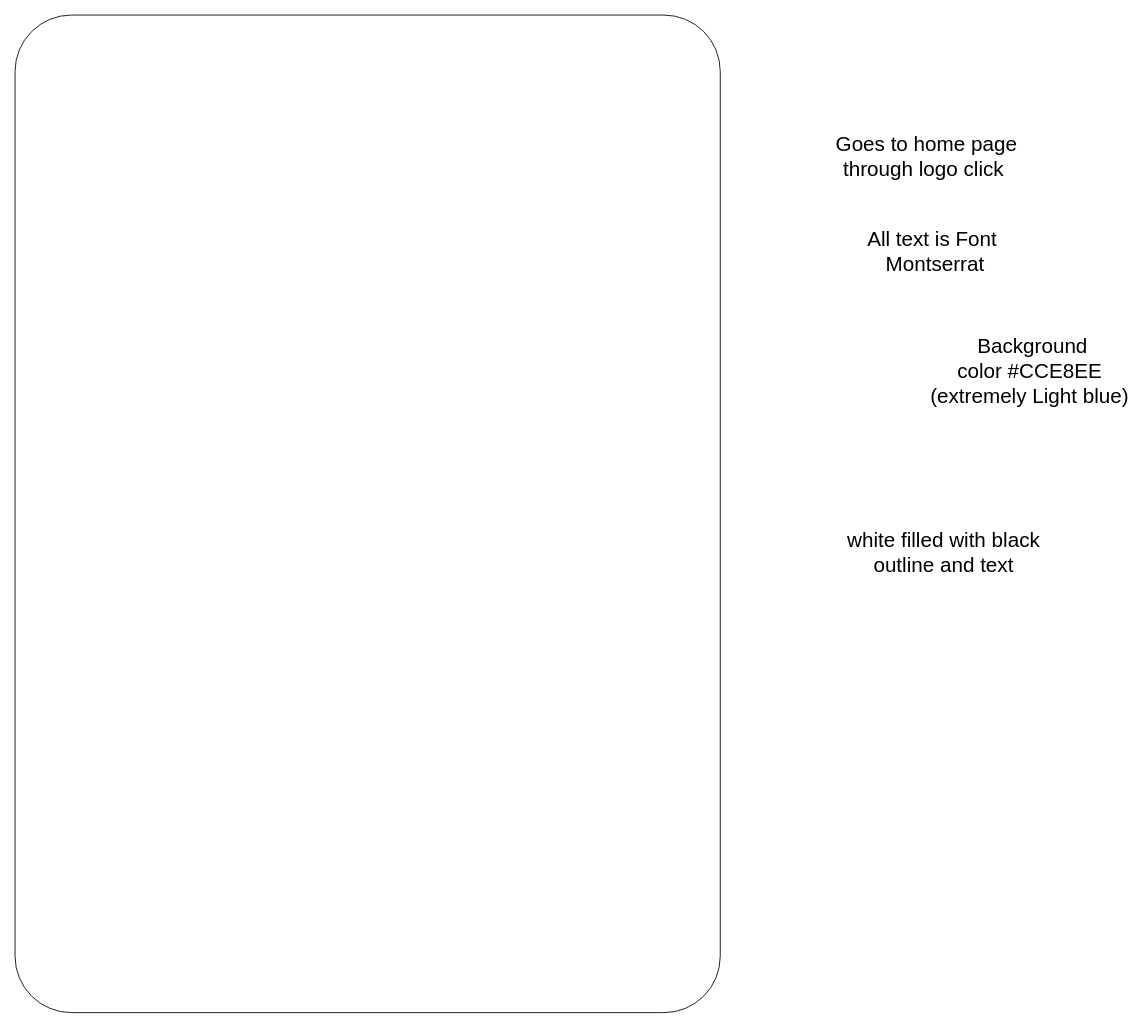
Before: Wireframes/LoginPageMBAPP.drawio in BarryHennett/ISCG7424_MobileAssignment, a draw.io diagram. Source tidied: cells renumbered, new cells numbered last; positions are measured from the earlier drawing's top-left corner, leaving out a move shared by most shapes. Both pictures are drawn from the tidied source at 86%, with x=0, y=0 at pixel (15, 15).
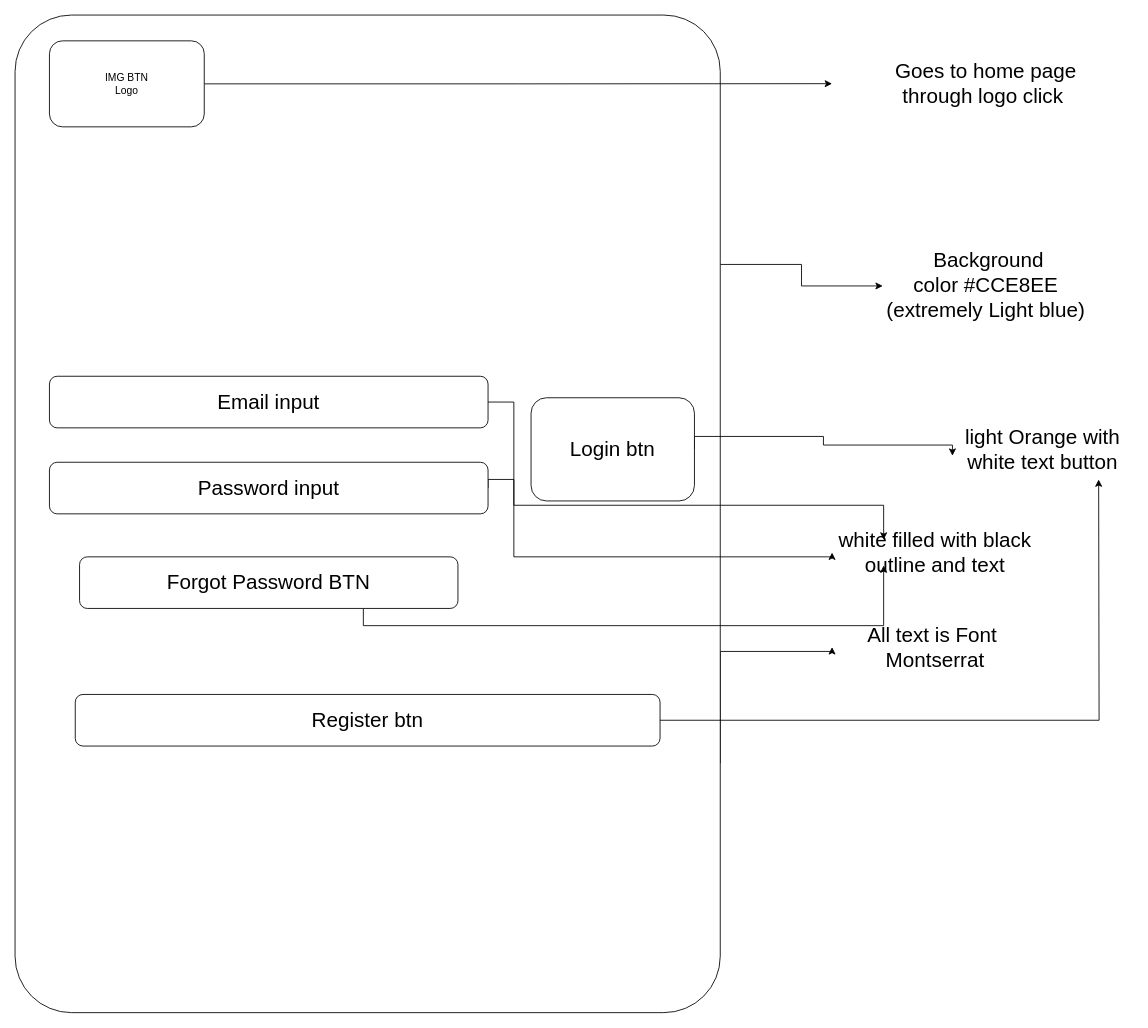
Above is the later version.

Commit message (it also covers changes not shown here):
completed reg, login

The change refers to these unchanged cells:
```xml
<mxCell id="2" style="rounded=1;whiteSpace=wrap;html=1;arcSize=8;" parent="1" vertex="1">
  <mxGeometry width="820" height="1160" as="geometry" />
</mxCell>
```

Diff of the diagram source:
```diff
@@
+    <mxCell id="7" style="edgeStyle=orthogonalEdgeStyle;rounded=0;jettySize=auto;html=1;exitX=1;exitY=0.25;exitDx=0;exitDy=0;entryX=0;entryY=0.5;entryDx=0;entryDy=0;" parent="1" edge="1" source="2" target="4">
+      <mxGeometry relative="1" as="geometry" />
+    </mxCell>
+    <mxCell id="8" style="edgeStyle=orthogonalEdgeStyle;rounded=0;jettySize=auto;html=1;exitX=1;exitY=0.75;exitDx=0;exitDy=0;entryX=0;entryY=0.5;entryDx=0;entryDy=0;" parent="1" edge="1" source="2" target="3">
+      <mxGeometry relative="1" as="geometry">
+        <Array as="points">
+          <mxPoint x="820" y="740" />
+          <mxPoint x="950" y="740" />
+        </Array>
+      </mxGeometry>
+    </mxCell>
@@
     <mxCell id="3" value="&lt;font style=&quot;font-size: 24px;&quot;&gt;All text is Font&amp;nbsp;&lt;/font&gt;&lt;div&gt;&lt;font style=&quot;&quot;&gt;&lt;font style=&quot;font-size: 24px;&quot;&gt;Montserrat&lt;/font&gt;&lt;br&gt;&lt;/font&gt;&lt;/div&gt;" style="text;strokeColor=none;align=center;fillColor=none;html=1;verticalAlign=middle;whiteSpace=wrap;rounded=0;" parent="1" vertex="1">
-      <mxGeometry x="950" y="190" width="240" height="170" as="geometry" />
+      <mxGeometry x="950" y="650" width="240" height="170" as="geometry" />
     </mxCell>
     <mxCell id="4" value="&lt;font style=&quot;font-size: 24px;&quot;&gt;&amp;nbsp;Background color&amp;nbsp;#CCE8EE (extremely Light blue)&lt;/font&gt;" style="text;strokeColor=none;align=center;fillColor=none;html=1;verticalAlign=middle;whiteSpace=wrap;rounded=0;" parent="1" vertex="1">
-      <mxGeometry x="1060" y="400" width="240" height="30" as="geometry" />
+      <mxGeometry x="1009" y="300" width="240" height="30" as="geometry" />
     </mxCell>
     <mxCell id="5" value="&lt;font style=&quot;font-size: 24px;&quot;&gt;white filled with black outline and text&lt;/font&gt;" style="text;strokeColor=none;align=center;fillColor=none;html=1;verticalAlign=middle;whiteSpace=wrap;rounded=0;" parent="1" vertex="1">
-      <mxGeometry x="960" y="610" width="240" height="30" as="geometry" />
+      <mxGeometry x="950" y="610" width="240" height="30" as="geometry" />
     </mxCell>
+    <mxCell id="9" style="edgeStyle=orthogonalEdgeStyle;rounded=0;jettySize=auto;html=1;exitX=1;exitY=0.5;exitDx=0;exitDy=0;entryX=0;entryY=0.5;entryDx=0;entryDy=0;" parent="1" edge="1" source="10" target="5">
+      <mxGeometry relative="1" as="geometry">
+        <Array as="points">
+          <mxPoint x="580" y="540" />
+          <mxPoint x="580" y="630" />
+          <mxPoint x="950" y="630" />
+        </Array>
+      </mxGeometry>
+    </mxCell>
+    <mxCell id="10" value="Password input" style="rounded=1;whiteSpace=wrap;html=1;fontSize=24;" parent="1" vertex="1">
+      <mxGeometry x="40" y="520" width="510" height="60" as="geometry" />
+    </mxCell>
+    <mxCell id="11" style="edgeStyle=orthogonalEdgeStyle;rounded=0;jettySize=auto;html=1;exitX=1;exitY=0.5;exitDx=0;exitDy=0;entryX=0.25;entryY=0;entryDx=0;entryDy=0;" parent="1" edge="1" source="12" target="5">
+      <mxGeometry relative="1" as="geometry">
+        <Array as="points">
+          <mxPoint x="580" y="450" />
+          <mxPoint x="580" y="570" />
+          <mxPoint x="1010" y="570" />
+        </Array>
+      </mxGeometry>
+    </mxCell>
+    <mxCell id="12" value="Email input" style="rounded=1;whiteSpace=wrap;html=1;fontSize=24;" parent="1" vertex="1">
+      <mxGeometry x="40" y="420" width="510" height="60" as="geometry" />
+    </mxCell>
+    <mxCell id="13" style="edgeStyle=orthogonalEdgeStyle;rounded=0;jettySize=auto;html=1;exitX=1;exitY=0.5;exitDx=0;exitDy=0;entryX=0;entryY=0.75;entryDx=0;entryDy=0;" parent="1" edge="1" source="14" target="21">
+      <mxGeometry relative="1" as="geometry">
+        <Array as="points">
+          <mxPoint x="940" y="490" />
+          <mxPoint x="940" y="500" />
+          <mxPoint x="1090" y="500" />
+        </Array>
+      </mxGeometry>
+    </mxCell>
+    <mxCell id="14" value="&lt;font style=&quot;font-size: 24px;&quot;&gt;Login btn&lt;/font&gt;" style="rounded=1;whiteSpace=wrap;html=1;" parent="1" vertex="1">
+      <mxGeometry x="600" y="445" width="190" height="120" as="geometry" />
+    </mxCell>
+    <mxCell id="15" style="edgeStyle=orthogonalEdgeStyle;rounded=0;jettySize=auto;html=1;exitX=1;exitY=0.5;exitDx=0;exitDy=0;" parent="1" edge="1" source="16">
+      <mxGeometry relative="1" as="geometry">
+        <mxPoint x="950" y="79.8" as="targetPoint" />
+      </mxGeometry>
+    </mxCell>
+    <mxCell id="16" value="IMG BTN&lt;div&gt;Logo&lt;/div&gt;" style="rounded=1;whiteSpace=wrap;html=1;" parent="1" vertex="1">
+      <mxGeometry x="40" y="30" width="180" height="100" as="geometry" />
+    </mxCell>
     <mxCell id="6" value="&lt;font style=&quot;font-size: 24px;&quot;&gt;Goes to home page through logo click&amp;nbsp;&lt;/font&gt;" style="text;html=1;align=center;verticalAlign=middle;whiteSpace=wrap;rounded=0;" parent="1" vertex="1">
-      <mxGeometry x="950" y="150" width="220" height="30" as="geometry" />
+      <mxGeometry x="1019" y="65" width="220" height="30" as="geometry" />
     </mxCell>
+    <mxCell id="17" style="edgeStyle=orthogonalEdgeStyle;rounded=0;jettySize=auto;html=1;exitX=1;exitY=0.5;exitDx=0;exitDy=0;" parent="1" edge="1" source="18">
+      <mxGeometry relative="1" as="geometry">
+        <mxPoint x="1260" y="540" as="targetPoint" />
+      </mxGeometry>
+    </mxCell>
+    <mxCell id="18" value="&lt;font style=&quot;font-size: 24px;&quot;&gt;Register btn&lt;/font&gt;" style="rounded=1;whiteSpace=wrap;html=1;" parent="1" vertex="1">
+      <mxGeometry x="70" y="790" width="680" height="60" as="geometry" />
+    </mxCell>
+    <mxCell id="19" style="edgeStyle=orthogonalEdgeStyle;rounded=0;jettySize=auto;html=1;exitX=0.75;exitY=1;exitDx=0;exitDy=0;entryX=0.25;entryY=1;entryDx=0;entryDy=0;" parent="1" edge="1" source="20" target="5">
+      <mxGeometry relative="1" as="geometry" />
+    </mxCell>
+    <mxCell id="20" value="Forgot Password BTN" style="rounded=1;whiteSpace=wrap;html=1;fontSize=24;" parent="1" vertex="1">
+      <mxGeometry x="75" y="630" width="440" height="60" as="geometry" />
+    </mxCell>
+    <mxCell id="21" value="&lt;font style=&quot;font-size: 24px;&quot;&gt;light Orange with white text button&lt;/font&gt;" style="text;strokeColor=none;align=center;fillColor=none;html=1;verticalAlign=middle;whiteSpace=wrap;rounded=0;" parent="1" vertex="1">
+      <mxGeometry x="1090" y="490" width="210" height="30" as="geometry" />
+    </mxCell>
```
